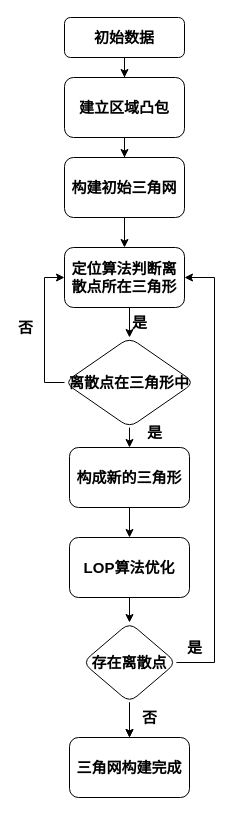
Above: 未命名绘图.drawio in czbczl/huitu (draw.io), before the change. Source tidied: cells renumbered, new cells numbered last; positions are measured from the earlier drawing's top-left corner, leaving out a move shared by most shapes. Both pictures are drawn from the tidied source at 100%, with x=0, y=0 at pixel (44, 17).
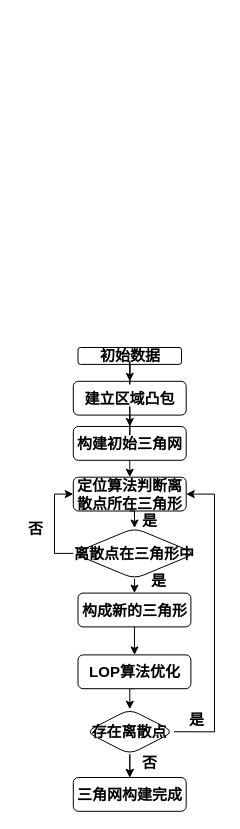
After the change.

Commit message (it also covers changes not shown here):
更新未命名绘图.drawio

Diff of the diagram source:
```diff
@@
+    <mxCell id="29" style="group;" parent="1" vertex="1">
+      <mxGeometry x="10" y="330" width="160" height="453.8" as="geometry" />
+    </mxCell>
+    <mxCell id="3" value="初始数据" style="rounded=1;whiteSpace=wrap;html=1;fontSize=15;glass=0;strokeWidth=1;shadow=0;fontStyle=1;spacing=2;" parent="29" vertex="1">
+      <mxGeometry x="23.5" width="103.5" height="16.9" as="geometry" />
+    </mxCell>
+    <mxCell id="5" value="建立区域凸包" style="whiteSpace=wrap;html=1;rounded=1;shadow=0;strokeWidth=1;glass=0;fontStyle=1;spacing=2;fontSize=15;" parent="29" vertex="1">
+      <mxGeometry x="18.8" y="33.8" width="112.9" height="33.8" as="geometry" />
+    </mxCell>
-    <mxCell id="2" style="edgeStyle=orthogonalEdgeStyle;rounded=0;jettySize=auto;html=1;fontStyle=1;spacing=2;fontSize=15;" parent="1" edge="1" source="3" target="5">
+    <mxCell id="2" style="edgeStyle=orthogonalEdgeStyle;rounded=0;jettySize=auto;html=1;fontStyle=1;spacing=2;fontSize=15;" parent="29" edge="1" source="3" target="5">
       <mxGeometry relative="1" as="geometry" />
     </mxCell>
-    <mxCell id="3" value="初始数据" style="rounded=1;whiteSpace=wrap;html=1;fontSize=15;glass=0;strokeWidth=1;shadow=0;fontStyle=1;spacing=2;" parent="1" vertex="1">
-      <mxGeometry x="20" width="120" height="40" as="geometry" />
-    </mxCell>
+    <mxCell id="7" value="构建初始三角网" style="whiteSpace=wrap;html=1;rounded=1;shadow=0;strokeWidth=1;glass=0;fontStyle=1;spacing=2;fontSize=15;" parent="29" vertex="1">
+      <mxGeometry x="18.8" y="79" width="112.9" height="33.8" as="geometry" />
+    </mxCell>
-    <mxCell id="4" style="edgeStyle=orthogonalEdgeStyle;rounded=0;jettySize=auto;html=1;fontStyle=1;spacing=2;fontSize=15;" parent="1" edge="1" source="5" target="7">
+    <mxCell id="4" style="edgeStyle=orthogonalEdgeStyle;rounded=0;jettySize=auto;html=1;fontStyle=1;spacing=2;fontSize=15;" parent="29" edge="1" source="5" target="7">
       <mxGeometry relative="1" as="geometry" />
     </mxCell>
-    <mxCell id="5" value="建立区域凸包" style="whiteSpace=wrap;html=1;rounded=1;shadow=0;strokeWidth=1;glass=0;fontStyle=1;spacing=2;fontSize=15;" parent="1" vertex="1">
-      <mxGeometry x="20" y="60" width="120" height="60" as="geometry" />
-    </mxCell>
+    <mxCell id="9" value="定位算法判断离散点所在三角形" style="whiteSpace=wrap;html=1;rounded=1;shadow=0;strokeWidth=1;glass=0;fontStyle=1;spacing=2;fontSize=15;" parent="29" vertex="1">
+      <mxGeometry x="18.8" y="129.7" width="112.9" height="33.8" as="geometry" />
+    </mxCell>
-    <mxCell id="6" style="edgeStyle=orthogonalEdgeStyle;rounded=0;jettySize=auto;html=1;exitX=0.5;exitY=1;exitDx=0;exitDy=0;entryX=0.5;entryY=0;entryDx=0;entryDy=0;fontStyle=1;spacing=2;fontSize=15;" parent="1" edge="1" source="7" target="9">
+    <mxCell id="6" style="edgeStyle=orthogonalEdgeStyle;rounded=0;jettySize=auto;html=1;exitX=0.5;exitY=1;exitDx=0;exitDy=0;entryX=0.5;entryY=0;entryDx=0;entryDy=0;fontStyle=1;spacing=2;fontSize=15;" parent="29" edge="1" source="7" target="9">
       <mxGeometry relative="1" as="geometry" />
     </mxCell>
-    <mxCell id="7" value="构建初始三角网" style="whiteSpace=wrap;html=1;rounded=1;shadow=0;strokeWidth=1;glass=0;fontStyle=1;spacing=2;fontSize=15;" parent="1" vertex="1">
-      <mxGeometry x="20" y="140" width="120" height="60" as="geometry" />
-    </mxCell>
-    <mxCell id="8" style="edgeStyle=orthogonalEdgeStyle;rounded=0;jettySize=auto;html=1;exitX=0.5;exitY=1;exitDx=0;exitDy=0;entryX=0.5;entryY=0;entryDx=0;entryDy=0;fontStyle=1;spacing=2;fontSize=15;" parent="1" edge="1" source="9" target="15">
-      <mxGeometry relative="1" as="geometry" />
-    </mxCell>
-    <mxCell id="9" value="定位算法判断离散点所在三角形" style="whiteSpace=wrap;html=1;rounded=1;shadow=0;strokeWidth=1;glass=0;fontStyle=1;spacing=2;fontSize=15;" parent="1" vertex="1">
-      <mxGeometry x="20" y="230" width="120" height="60" as="geometry" />
-    </mxCell>
-    <mxCell id="10" style="edgeStyle=orthogonalEdgeStyle;rounded=0;jettySize=auto;html=1;fontSize=15;" parent="1" edge="1" source="11" target="16">
-      <mxGeometry relative="1" as="geometry" />
-    </mxCell>
-    <mxCell id="11" value="是" style="text;html=1;align=center;verticalAlign=middle;points=[];fontStyle=1;spacing=2;fontSize=15;" parent="1" vertex="1">
-      <mxGeometry x="95" y="400" width="30" height="30" as="geometry" />
+    <mxCell id="11" value="是" style="text;html=1;align=center;verticalAlign=middle;points=[];fontStyle=1;spacing=2;fontSize=15;" parent="29" vertex="1">
+      <mxGeometry x="89.4" y="217.6" width="30" height="30" as="geometry" />
     </mxCell>
-    <mxCell id="12" style="edgeStyle=orthogonalEdgeStyle;rounded=0;jettySize=auto;html=1;entryX=0;entryY=0.5;entryDx=0;entryDy=0;fontStyle=1;spacing=2;fontSize=15;" parent="1" edge="1" source="15" target="9">
+    <mxCell id="12" style="edgeStyle=orthogonalEdgeStyle;rounded=0;jettySize=auto;html=1;entryX=0;entryY=0.5;entryDx=0;entryDy=0;fontStyle=1;spacing=2;fontSize=15;" parent="29" edge="1" source="15" target="9">
       <mxGeometry relative="1" as="geometry">
         <Array as="points">
-          <mxPoint y="365" />
-          <mxPoint y="260" />
+          <mxPoint y="205.9" />
+          <mxPoint y="146.7" />
         </Array>
       </mxGeometry>
     </mxCell>
@@
+    <mxCell id="15" value="离散点在三角形中" style="rhombus;whiteSpace=wrap;html=1;rounded=1;shadow=0;strokeWidth=1;glass=0;fontStyle=1;spacing=2;fontSize=15;" parent="29" vertex="1">
+      <mxGeometry x="18.8" y="180.5" width="122.4" height="50.8" as="geometry" />
+    </mxCell>
+    <mxCell id="8" style="edgeStyle=orthogonalEdgeStyle;rounded=0;jettySize=auto;html=1;exitX=0.5;exitY=1;exitDx=0;exitDy=0;entryX=0.5;entryY=0;entryDx=0;entryDy=0;fontStyle=1;spacing=2;fontSize=15;" parent="29" edge="1" source="9" target="15">
+      <mxGeometry relative="1" as="geometry" />
+    </mxCell>
+    <mxCell id="16" value="构成新的三角形" style="whiteSpace=wrap;html=1;rounded=1;shadow=0;strokeWidth=1;glass=0;fontStyle=1;spacing=2;fontSize=15;" parent="29" vertex="1">
+      <mxGeometry x="23.5" y="245.6" width="112.9" height="33.8" as="geometry" />
+    </mxCell>
-    <mxCell id="14" style="edgeStyle=orthogonalEdgeStyle;rounded=0;jettySize=auto;html=1;exitX=0.5;exitY=1;exitDx=0;exitDy=0;entryX=0.5;entryY=0;entryDx=0;entryDy=0;fontSize=15;" parent="1" edge="1" source="15" target="16">
+    <mxCell id="14" style="edgeStyle=orthogonalEdgeStyle;rounded=0;jettySize=auto;html=1;exitX=0.5;exitY=1;exitDx=0;exitDy=0;entryX=0.5;entryY=0;entryDx=0;entryDy=0;fontSize=15;" parent="29" edge="1" source="15" target="16">
       <mxGeometry relative="1" as="geometry" />
     </mxCell>
-    <mxCell id="15" value="离散点在三角形中" style="rhombus;whiteSpace=wrap;html=1;rounded=1;shadow=0;strokeWidth=1;glass=0;fontStyle=1;spacing=2;fontSize=15;" parent="1" vertex="1">
-      <mxGeometry x="20" y="320" width="130" height="90" as="geometry" />
-    </mxCell>
-    <mxCell id="16" value="构成新的三角形" style="whiteSpace=wrap;html=1;rounded=1;shadow=0;strokeWidth=1;glass=0;fontStyle=1;spacing=2;fontSize=15;" parent="1" vertex="1">
-      <mxGeometry x="25" y="430" width="120" height="60" as="geometry" />
-    </mxCell>
-    <mxCell id="17" style="edgeStyle=orthogonalEdgeStyle;rounded=0;jettySize=auto;html=1;exitX=0.5;exitY=1;exitDx=0;exitDy=0;fontStyle=1;spacing=2;fontSize=15;" parent="1" edge="1" source="16" target="19">
+    <mxCell id="17" style="edgeStyle=orthogonalEdgeStyle;rounded=0;jettySize=auto;html=1;exitX=0.5;exitY=1;exitDx=0;exitDy=0;fontStyle=1;spacing=2;fontSize=15;" parent="29" edge="1" source="16" target="19">
       <mxGeometry relative="1" as="geometry" />
     </mxCell>
-    <mxCell id="18" style="edgeStyle=orthogonalEdgeStyle;rounded=0;jettySize=auto;html=1;fontStyle=1;spacing=2;fontSize=15;" parent="1" edge="1" source="19" target="23">
+    <mxCell id="18" style="edgeStyle=orthogonalEdgeStyle;rounded=0;jettySize=auto;html=1;exitX=0.5;exitY=1;exitDx=0;exitDy=0;entryX=0.5;entryY=0;entryDx=0;entryDy=0;fontSize=15;" parent="29" edge="1" source="19" target="23">
       <mxGeometry relative="1" as="geometry" />
     </mxCell>
-    <mxCell id="19" value="LOP算法优化" style="whiteSpace=wrap;html=1;rounded=1;shadow=0;strokeWidth=1;glass=0;fontStyle=1;spacing=2;fontSize=15;" parent="1" vertex="1">
-      <mxGeometry x="25" y="520" width="120" height="60" as="geometry" />
+    <mxCell id="19" value="LOP算法优化" style="whiteSpace=wrap;html=1;rounded=1;shadow=0;strokeWidth=1;glass=0;fontStyle=1;spacing=2;fontSize=15;" parent="29" vertex="1">
+      <mxGeometry x="23.5" y="307.4" width="112.9" height="33.8" as="geometry" />
     </mxCell>
-    <mxCell id="20" style="edgeStyle=orthogonalEdgeStyle;rounded=0;jettySize=auto;html=1;fontStyle=1;spacing=2;fontSize=15;" parent="1" edge="1" source="23" target="24">
-      <mxGeometry relative="1" as="geometry" />
-    </mxCell>
-    <mxCell id="21" style="edgeStyle=orthogonalEdgeStyle;rounded=0;jettySize=auto;html=1;fontStyle=1;spacing=2;fontSize=15;" parent="1" edge="1" source="23" target="24">
-      <mxGeometry relative="1" as="geometry" />
-    </mxCell>
-    <mxCell id="22" style="edgeStyle=orthogonalEdgeStyle;rounded=0;jettySize=auto;html=1;exitX=1;exitY=0.5;exitDx=0;exitDy=0;entryX=1;entryY=0.5;entryDx=0;entryDy=0;fontStyle=1;spacing=2;fontSize=15;" parent="1" edge="1" source="23" target="9">
+    <mxCell id="22" style="edgeStyle=orthogonalEdgeStyle;rounded=0;jettySize=auto;html=1;exitX=1;exitY=0.5;exitDx=0;exitDy=0;entryX=1;entryY=0.5;entryDx=0;entryDy=0;fontStyle=1;spacing=2;fontSize=15;" parent="29" edge="1" source="23" target="9">
       <mxGeometry relative="1" as="geometry">
         <Array as="points">
-          <mxPoint x="170" y="645" />
-          <mxPoint x="170" y="260" />
+          <mxPoint x="160" y="384" />
+          <mxPoint x="160" y="147" />
         </Array>
       </mxGeometry>
     </mxCell>
-    <mxCell id="23" value="存在离散点" style="rhombus;whiteSpace=wrap;html=1;rounded=1;shadow=0;strokeWidth=1;glass=0;fontStyle=1;spacing=2;fontSize=15;" parent="1" vertex="1">
-      <mxGeometry x="38.1" y="605" width="93.8" height="80" as="geometry" />
+    <mxCell id="23" value="存在离散点" style="rhombus;whiteSpace=wrap;html=1;rounded=1;shadow=0;strokeWidth=1;glass=0;fontStyle=1;spacing=2;fontSize=15;" parent="29" vertex="1">
+      <mxGeometry x="31.2" y="361.7" width="88.2" height="45.1" as="geometry" />
     </mxCell>
-    <mxCell id="24" value="三角网构建完成" style="whiteSpace=wrap;html=1;rounded=1;shadow=0;strokeWidth=1;glass=0;fontStyle=1;spacing=2;fontSize=15;" parent="1" vertex="1">
-      <mxGeometry x="25" y="720" width="120" height="60" as="geometry" />
-    </mxCell>
-    <mxCell id="25" style="edgeStyle=orthogonalEdgeStyle;rounded=0;orthogonalLoop=1;jettySize=auto;html=1;exitX=0.5;exitY=1;exitDx=0;exitDy=0;fontStyle=1;spacing=2;fontSize=15;" parent="1" edge="1" source="24" target="24">
-      <mxGeometry relative="1" as="geometry" />
-    </mxCell>
-    <mxCell id="26" value="是" style="text;html=1;align=center;verticalAlign=middle;fontStyle=1;spacing=2;fontSize=15;" parent="1" vertex="1">
-      <mxGeometry x="80" y="290" width="30" height="30" as="geometry" />
+    <mxCell id="26" value="是" style="text;html=1;align=center;verticalAlign=middle;fontStyle=1;spacing=2;fontSize=15;" parent="29" vertex="1">
+      <mxGeometry x="80" y="158" width="30" height="30" as="geometry" />
     </mxCell>
-    <mxCell id="27" value="否" style="text;html=1;align=center;verticalAlign=middle;fontStyle=1;spacing=2;fontSize=15;" parent="1" vertex="1">
-      <mxGeometry x="90" y="685" width="30" height="30" as="geometry" />
+    <mxCell id="27" value="否" style="text;html=1;align=center;verticalAlign=middle;fontStyle=1;spacing=2;fontSize=15;" parent="29" vertex="1">
+      <mxGeometry x="80" y="400" width="30" height="30" as="geometry" />
     </mxCell>
-    <mxCell id="28" value="是" style="text;html=1;align=center;verticalAlign=middle;fontSize=15;fontStyle=1;spacing=2;" parent="1" vertex="1">
-      <mxGeometry x="135" y="620" width="30" height="20" as="geometry" />
+    <mxCell id="28" value="是" style="text;html=1;align=center;verticalAlign=middle;fontSize=15;fontStyle=1;spacing=2;" parent="29" vertex="1">
+      <mxGeometry x="127.1" y="361.7" width="30" height="20" as="geometry" />
     </mxCell>
+    <mxCell id="24" value="三角网构建完成" style="whiteSpace=wrap;html=1;rounded=1;shadow=0;strokeWidth=1;glass=0;fontStyle=1;spacing=2;fontSize=15;" parent="29" vertex="1">
+      <mxGeometry x="18.8" y="430" width="112.9" height="33.8" as="geometry" />
+    </mxCell>
+    <mxCell id="20" style="edgeStyle=orthogonalEdgeStyle;rounded=0;jettySize=auto;html=1;fontStyle=1;spacing=2;fontSize=15;" parent="29" edge="1" source="23" target="24">
+      <mxGeometry relative="1" as="geometry" />
+    </mxCell>
+    <mxCell id="21" style="edgeStyle=orthogonalEdgeStyle;rounded=0;jettySize=auto;html=1;fontStyle=1;spacing=2;fontSize=15;" parent="29" edge="1" source="23" target="24">
+      <mxGeometry relative="1" as="geometry" />
+    </mxCell>
```
